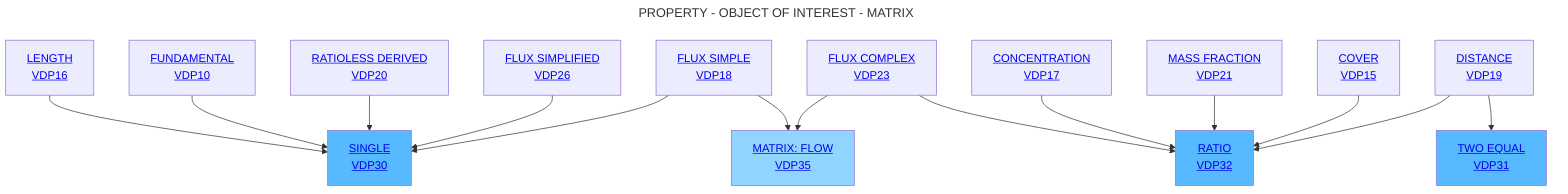
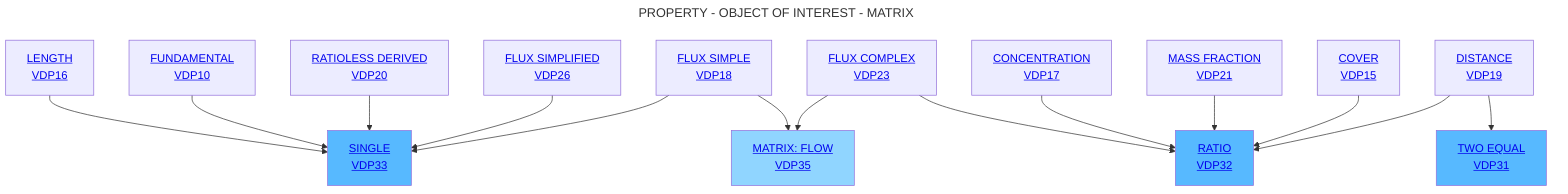
---
title: PROPERTY - OBJECT OF INTEREST - MATRIX
---
flowchart TD
-     A[<a href='https://github.com/mabablue/I-ADOPT-patterns-playground/blob/main/pattern/VDP16.yaml'>LENGTH <br> VDP16</a>] --> C[<a href='https://github.com/mabablue/I-ADOPT-patterns-playground/blob/main/pattern/VDP30.yaml'>SINGLE<br> VDP30</a>]:::satblue
+     A[<a href='https://github.com/mabablue/I-ADOPT-patterns-playground/blob/main/pattern/VDP16.yaml'>LENGTH <br> VDP16</a>] --> C[<a href='https://github.com/mabablue/I-ADOPT-patterns-playground/blob/main/pattern/VDP33.yaml'>SINGLE<br> VDP33</a>]:::satblue
    B[<a href='https://github.com/mabablue/I-ADOPT-patterns-playground/blob/main/pattern/VDP10.yaml'>FUNDAMENTAL <br> VDP10</a>]  --> C
    D[<a href='https://github.com/mabablue/I-ADOPT-patterns-playground/blob/main/pattern/VDP20.yaml'>RATIOLESS DERIVED <br> VDP20</a>] --> C
    E[<a href='https://github.com/mabablue/I-ADOPT-patterns-playground/blob/main/pattern/VDP20.yaml'>FLUX SIMPLIFIED <br> VDP26</a>] --> C
    I[<a href='https://github.com/mabablue/I-ADOPT-patterns-playground/blob/main/pattern/VDP23.yaml'>FLUX COMPLEX <br> VDP23</a>] --> F
    M[<a href='https://github.com/mabablue/I-ADOPT-patterns-playground/blob/main/pattern/VDP17.yaml'>CONCENTRATION <br> VDP17</a>] --> F
    L[<a href='https://github.com/mabablue/I-ADOPT-patterns-playground/blob/main/pattern/VDP21.yaml'>MASS FRACTION <br> VDP21</a>] --> F[<a href='https://github.com/mabablue/I-ADOPT-patterns-playground/blob/main/pattern/VDP32.yaml'>RATIO <br> VDP32</a>]:::satblue
    Q[<a href='https://github.com/mabablue/I-ADOPT-patterns-playground/blob/main/pattern/VDP18.yaml'>FLUX SIMPLE <br> VDP18</a>] --> C
    P[<a href='https://github.com/mabablue/I-ADOPT-patterns-playground/blob/main/pattern/VDP15.yaml'>COVER <br> VDP15</a>] --> F
    Q --> K[<a href='https://github.com/mabablue/I-ADOPT-patterns-playground/blob/main/pattern/VDP35.yaml'>MATRIX: FLOW <br> VDP35</a>]:::blue
    G[<a href='https://github.com/mabablue/I-ADOPT-patterns-playground/blob/main/pattern/VDP19.yaml'>DISTANCE <br> VDP19</a>] --> F
    G --> R[<a href='https://github.com/mabablue/I-ADOPT-patterns-playground/blob/main/pattern/VDP31.yaml'>TWO EQUAL <br> VDP31</a>]:::satblue
    I --> K

   classDef blue fill:#90D5FF
   classDef satblue fill:#57B9FF
